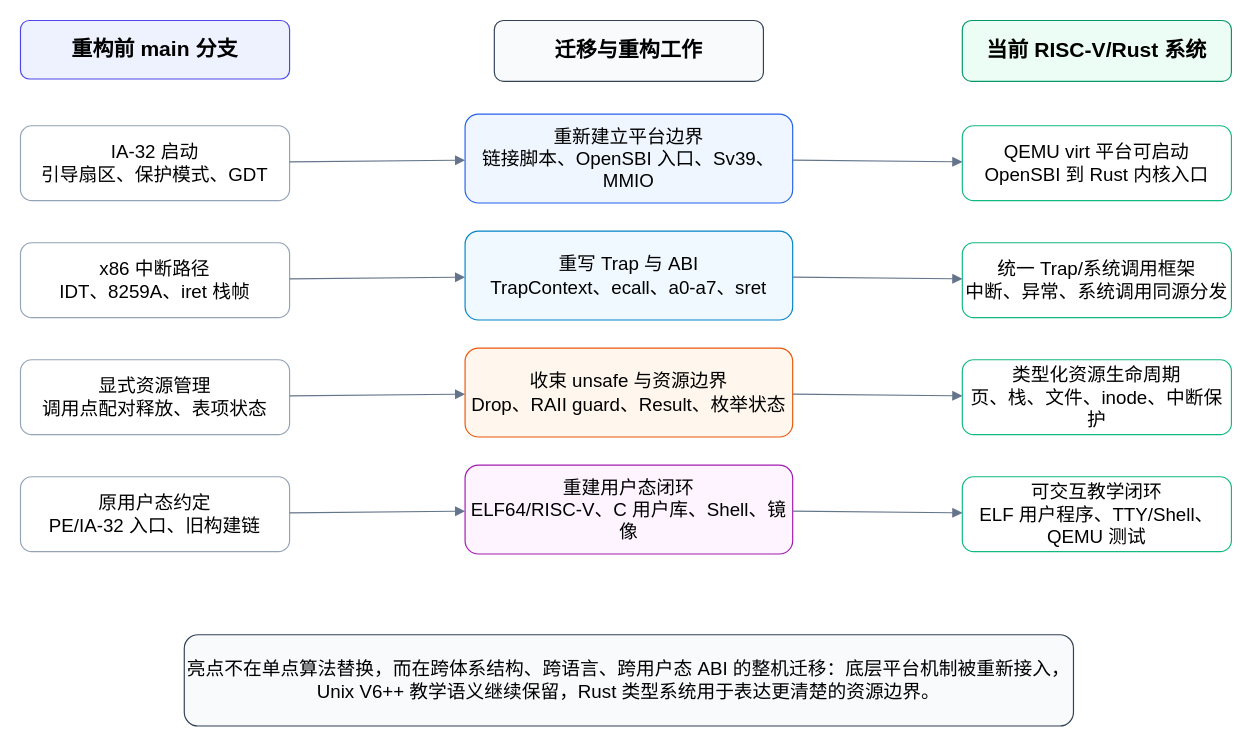
Before: figures/refactor-highlight-map.drawio in greatbridf/Thesis, a draw.io diagram. Source tidied: cells renumbered, new cells numbered last; positions are measured from the earlier drawing's top-left corner, leaving out a move shared by most shapes. Both pictures are drawn from the tidied source at 117%, with x=0, y=0 at pixel (20, 20).
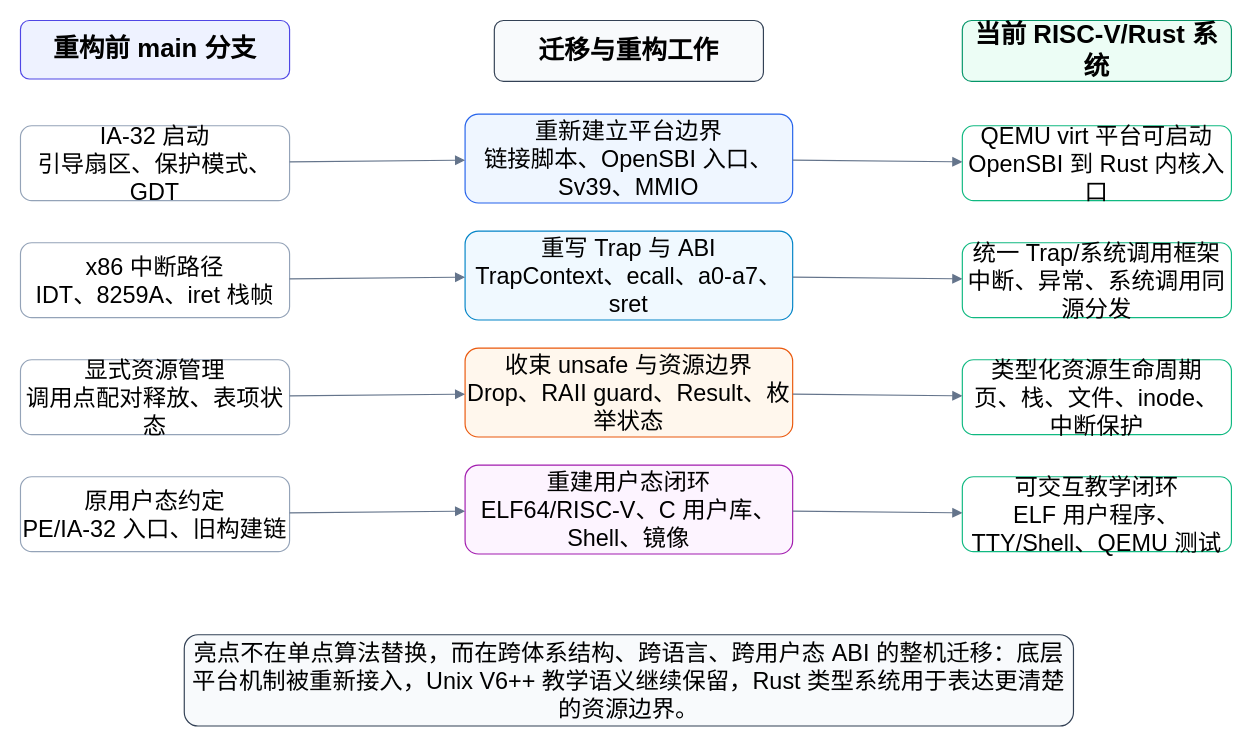
The same page after the edit.

The edit, as a diff of the source:
```diff
@@
-    <mxCell id="2" value="重构前 main 分支" style="rounded=1;whiteSpace=wrap;html=1;fillColor=#eef2ff;strokeColor=#4f46e5;fontSize=18;fontStyle=1;" parent="1" vertex="1">
+    <mxCell id="2" value="重构前 main 分支" style="rounded=1;whiteSpace=wrap;html=1;fillColor=#eef2ff;strokeColor=#4f46e5;fontSize=22;fontStyle=1;" parent="1" vertex="1">
       <mxGeometry width="230" height="50" as="geometry" />
     </mxCell>
-    <mxCell id="3" value="迁移与重构工作" style="rounded=1;whiteSpace=wrap;html=1;fillColor=#f8fafc;strokeColor=#334155;fontSize=18;fontStyle=1;" parent="1" vertex="1">
+    <mxCell id="3" value="迁移与重构工作" style="rounded=1;whiteSpace=wrap;html=1;fillColor=#f8fafc;strokeColor=#334155;fontSize=22;fontStyle=1;" parent="1" vertex="1">
       <mxGeometry x="405" width="230" height="52" as="geometry" />
     </mxCell>
-    <mxCell id="4" value="当前 RISC-V/Rust 系统" style="rounded=1;whiteSpace=wrap;html=1;fillColor=#ecfdf5;strokeColor=#059669;fontSize=18;fontStyle=1;" parent="1" vertex="1">
+    <mxCell id="4" value="当前 RISC-V/Rust 系统" style="rounded=1;whiteSpace=wrap;html=1;fillColor=#ecfdf5;strokeColor=#059669;fontSize=22;fontStyle=1;" parent="1" vertex="1">
       <mxGeometry x="805" width="230" height="52" as="geometry" />
     </mxCell>
-    <mxCell id="5" value="IA-32 启动&#10;引导扇区、保护模式、GDT" style="rounded=1;whiteSpace=wrap;html=1;fillColor=#ffffff;strokeColor=#94a3b8;fontSize=16;" parent="1" vertex="1">
+    <mxCell id="5" value="IA-32 启动&#10;引导扇区、保护模式、GDT" style="rounded=1;whiteSpace=wrap;html=1;fillColor=#ffffff;strokeColor=#94a3b8;fontSize=20;" parent="1" vertex="1">
       <mxGeometry y="90" width="230" height="64" as="geometry" />
     </mxCell>
-    <mxCell id="6" value="x86 中断路径&#10;IDT、8259A、iret 栈帧" style="rounded=1;whiteSpace=wrap;html=1;fillColor=#ffffff;strokeColor=#94a3b8;fontSize=16;" parent="1" vertex="1">
+    <mxCell id="6" value="x86 中断路径&#10;IDT、8259A、iret 栈帧" style="rounded=1;whiteSpace=wrap;html=1;fillColor=#ffffff;strokeColor=#94a3b8;fontSize=20;" parent="1" vertex="1">
       <mxGeometry y="190" width="230" height="64" as="geometry" />
     </mxCell>
-    <mxCell id="7" value="显式资源管理&#10;调用点配对释放、表项状态" style="rounded=1;whiteSpace=wrap;html=1;fillColor=#ffffff;strokeColor=#94a3b8;fontSize=16;" parent="1" vertex="1">
+    <mxCell id="7" value="显式资源管理&#10;调用点配对释放、表项状态" style="rounded=1;whiteSpace=wrap;html=1;fillColor=#ffffff;strokeColor=#94a3b8;fontSize=20;" parent="1" vertex="1">
       <mxGeometry y="290" width="230" height="64" as="geometry" />
     </mxCell>
-    <mxCell id="8" value="原用户态约定&#10;PE/IA-32 入口、旧构建链" style="rounded=1;whiteSpace=wrap;html=1;fillColor=#ffffff;strokeColor=#94a3b8;fontSize=16;" parent="1" vertex="1">
+    <mxCell id="8" value="原用户态约定&#10;PE/IA-32 入口、旧构建链" style="rounded=1;whiteSpace=wrap;html=1;fillColor=#ffffff;strokeColor=#94a3b8;fontSize=20;" parent="1" vertex="1">
       <mxGeometry y="390" width="230" height="64" as="geometry" />
     </mxCell>
-    <mxCell id="9" value="重新建立平台边界&#10;链接脚本、OpenSBI 入口、Sv39、MMIO" style="rounded=1;whiteSpace=wrap;html=1;fillColor=#eff6ff;strokeColor=#2563eb;fontSize=16;" parent="1" vertex="1">
+    <mxCell id="9" value="重新建立平台边界&#10;链接脚本、OpenSBI 入口、Sv39、MMIO" style="rounded=1;whiteSpace=wrap;html=1;fillColor=#eff6ff;strokeColor=#2563eb;fontSize=20;" parent="1" vertex="1">
       <mxGeometry x="380" y="80" width="280" height="76" as="geometry" />
     </mxCell>
-    <mxCell id="10" value="重写 Trap 与 ABI&#10;TrapContext、ecall、a0-a7、sret" style="rounded=1;whiteSpace=wrap;html=1;fillColor=#f0f9ff;strokeColor=#0284c7;fontSize=16;" parent="1" vertex="1">
+    <mxCell id="10" value="重写 Trap 与 ABI&#10;TrapContext、ecall、a0-a7、sret" style="rounded=1;whiteSpace=wrap;html=1;fillColor=#f0f9ff;strokeColor=#0284c7;fontSize=20;" parent="1" vertex="1">
       <mxGeometry x="380" y="180" width="280" height="76" as="geometry" />
     </mxCell>
-    <mxCell id="11" value="收束 unsafe 与资源边界&#10;Drop、RAII guard、Result、枚举状态" style="rounded=1;whiteSpace=wrap;html=1;fillColor=#fff7ed;strokeColor=#ea580c;fontSize=16;" parent="1" vertex="1">
+    <mxCell id="11" value="收束 unsafe 与资源边界&#10;Drop、RAII guard、Result、枚举状态" style="rounded=1;whiteSpace=wrap;html=1;fillColor=#fff7ed;strokeColor=#ea580c;fontSize=20;" parent="1" vertex="1">
       <mxGeometry x="380" y="280" width="280" height="76" as="geometry" />
     </mxCell>
-    <mxCell id="12" value="重建用户态闭环&#10;ELF64/RISC-V、C 用户库、Shell、镜像" style="rounded=1;whiteSpace=wrap;html=1;fillColor=#fdf4ff;strokeColor=#a21caf;fontSize=16;" parent="1" vertex="1">
+    <mxCell id="12" value="重建用户态闭环&#10;ELF64/RISC-V、C 用户库、Shell、镜像" style="rounded=1;whiteSpace=wrap;html=1;fillColor=#fdf4ff;strokeColor=#a21caf;fontSize=20;" parent="1" vertex="1">
       <mxGeometry x="380" y="380" width="280" height="76" as="geometry" />
     </mxCell>
-    <mxCell id="13" value="QEMU virt 平台可启动&#10;OpenSBI 到 Rust 内核入口" style="rounded=1;whiteSpace=wrap;html=1;fillColor=#ffffff;strokeColor=#10b981;fontSize=16;" parent="1" vertex="1">
+    <mxCell id="13" value="QEMU virt 平台可启动&#10;OpenSBI 到 Rust 内核入口" style="rounded=1;whiteSpace=wrap;html=1;fillColor=#ffffff;strokeColor=#10b981;fontSize=20;" parent="1" vertex="1">
       <mxGeometry x="805" y="90" width="230" height="64" as="geometry" />
     </mxCell>
-    <mxCell id="14" value="统一 Trap/系统调用框架&#10;中断、异常、系统调用同源分发" style="rounded=1;whiteSpace=wrap;html=1;fillColor=#ffffff;strokeColor=#10b981;fontSize=16;" parent="1" vertex="1">
+    <mxCell id="14" value="统一 Trap/系统调用框架&#10;中断、异常、系统调用同源分发" style="rounded=1;whiteSpace=wrap;html=1;fillColor=#ffffff;strokeColor=#10b981;fontSize=20;" parent="1" vertex="1">
       <mxGeometry x="805" y="190" width="230" height="64" as="geometry" />
     </mxCell>
-    <mxCell id="15" value="类型化资源生命周期&#10;页、栈、文件、inode、中断保护" style="rounded=1;whiteSpace=wrap;html=1;fillColor=#ffffff;strokeColor=#10b981;fontSize=16;" parent="1" vertex="1">
+    <mxCell id="15" value="类型化资源生命周期&#10;页、栈、文件、inode、中断保护" style="rounded=1;whiteSpace=wrap;html=1;fillColor=#ffffff;strokeColor=#10b981;fontSize=20;" parent="1" vertex="1">
       <mxGeometry x="805" y="290" width="230" height="64" as="geometry" />
     </mxCell>
-    <mxCell id="16" value="可交互教学闭环&#10;ELF 用户程序、TTY/Shell、QEMU 测试" style="rounded=1;whiteSpace=wrap;html=1;fillColor=#ffffff;strokeColor=#10b981;fontSize=16;" parent="1" vertex="1">
+    <mxCell id="16" value="可交互教学闭环&#10;ELF 用户程序、TTY/Shell、QEMU 测试" style="rounded=1;whiteSpace=wrap;html=1;fillColor=#ffffff;strokeColor=#10b981;fontSize=20;" parent="1" vertex="1">
       <mxGeometry x="805" y="390" width="230" height="64" as="geometry" />
     </mxCell>
-    <mxCell id="17" value="亮点不在单点算法替换，而在跨体系结构、跨语言、跨用户态 ABI 的整机迁移：底层平台机制被重新接入，Unix V6++ 教学语义继续保留，Rust 类型系统用于表达更清楚的资源边界。" style="rounded=1;whiteSpace=wrap;html=1;fillColor=#f8fafc;strokeColor=#334155;fontSize=16;" parent="1" vertex="1">
+    <mxCell id="17" value="亮点不在单点算法替换，而在跨体系结构、跨语言、跨用户态 ABI 的整机迁移：底层平台机制被重新接入，Unix V6++ 教学语义继续保留，Rust 类型系统用于表达更清楚的资源边界。" style="rounded=1;whiteSpace=wrap;html=1;fillColor=#f8fafc;strokeColor=#334155;fontSize=20;" parent="1" vertex="1">
       <mxGeometry x="140" y="525" width="760" height="78" as="geometry" />
     </mxCell>
```
